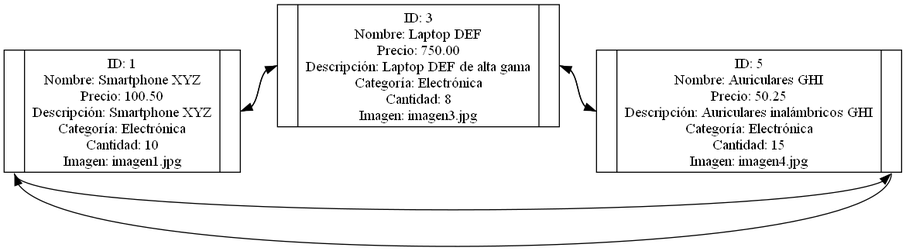
This is Reportes/ListaCircularDoblementeEnlazada.png from 202300512DanielH/IPC2_ProyectoVJ2024_21, a Graphviz export, as it was before one commit. Its source is kept beside it as Reportes/ListaCircularDoblementeEnlazada.dot.
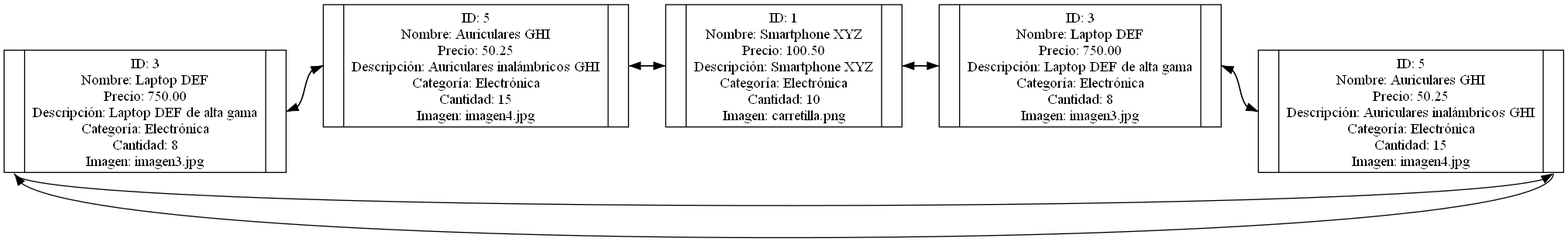
After the change.

The edit, as a diff of the source:
```diff
@@ -1,12 +1,18 @@
 digraph G {
         rankdir=LR;
-        node [shape = record, height = .1];node0 [label = "{<f1>| ID: 1\nNombre: Smartphone XYZ\nPrecio: 100.50\nDescripción: Smartphone XYZ\nCategoría: Electrónica\nCantidad: 10\nImagen: imagen1.jpg|<f2>}"];
-node1 [label = "{<f1>| ID: 3\nNombre: Laptop DEF\nPrecio: 750.00\nDescripción: Laptop DEF de alta gama\nCategoría: Electrónica\nCantidad: 8\nImagen: imagen3.jpg|<f2>}"];
-node2 [label = "{<f1>| ID: 5\nNombre: Auriculares GHI\nPrecio: 50.25\nDescripción: Auriculares inalámbricos GHI\nCategoría: Electrónica\nCantidad: 15\nImagen: imagen4.jpg|<f2>}"];
+        node [shape = record, height = .1];node0 [label = "{<f1>| ID: 3\nNombre: Laptop DEF\nPrecio: 750.00\nDescripción: Laptop DEF de alta gama\nCategoría: Electrónica\nCantidad: 8\nImagen: imagen3.jpg|<f2>}"];
+node1 [label = "{<f1>| ID: 5\nNombre: Auriculares GHI\nPrecio: 50.25\nDescripción: Auriculares inalámbricos GHI\nCategoría: Electrónica\nCantidad: 15\nImagen: imagen4.jpg|<f2>}"];
+node2 [label = "{<f1>| ID: 1\nNombre: Smartphone XYZ\nPrecio: 100.50\nDescripción: Smartphone XYZ\nCategoría: Electrónica\nCantidad: 10\nImagen: carretilla.png|<f2>}"];
+node3 [label = "{<f1>| ID: 3\nNombre: Laptop DEF\nPrecio: 750.00\nDescripción: Laptop DEF de alta gama\nCategoría: Electrónica\nCantidad: 8\nImagen: imagen3.jpg|<f2>}"];
+node4 [label = "{<f1>| ID: 5\nNombre: Auriculares GHI\nPrecio: 50.25\nDescripción: Auriculares inalámbricos GHI\nCategoría: Electrónica\nCantidad: 15\nImagen: imagen4.jpg|<f2>}"];
 node0:f2 -> node1:f1;
 node1:f1 -> node0:f2;
 node1:f2 -> node2:f1;
 node2:f1 -> node1:f2;
-node2:f2 -> node0:f1;
-node0:f1 -> node2:f2;
+node2:f2 -> node3:f1;
+node3:f1 -> node2:f2;
+node3:f2 -> node4:f1;
+node4:f1 -> node3:f2;
+node4:f2 -> node0:f1;
+node0:f1 -> node4:f2;
 }
```
